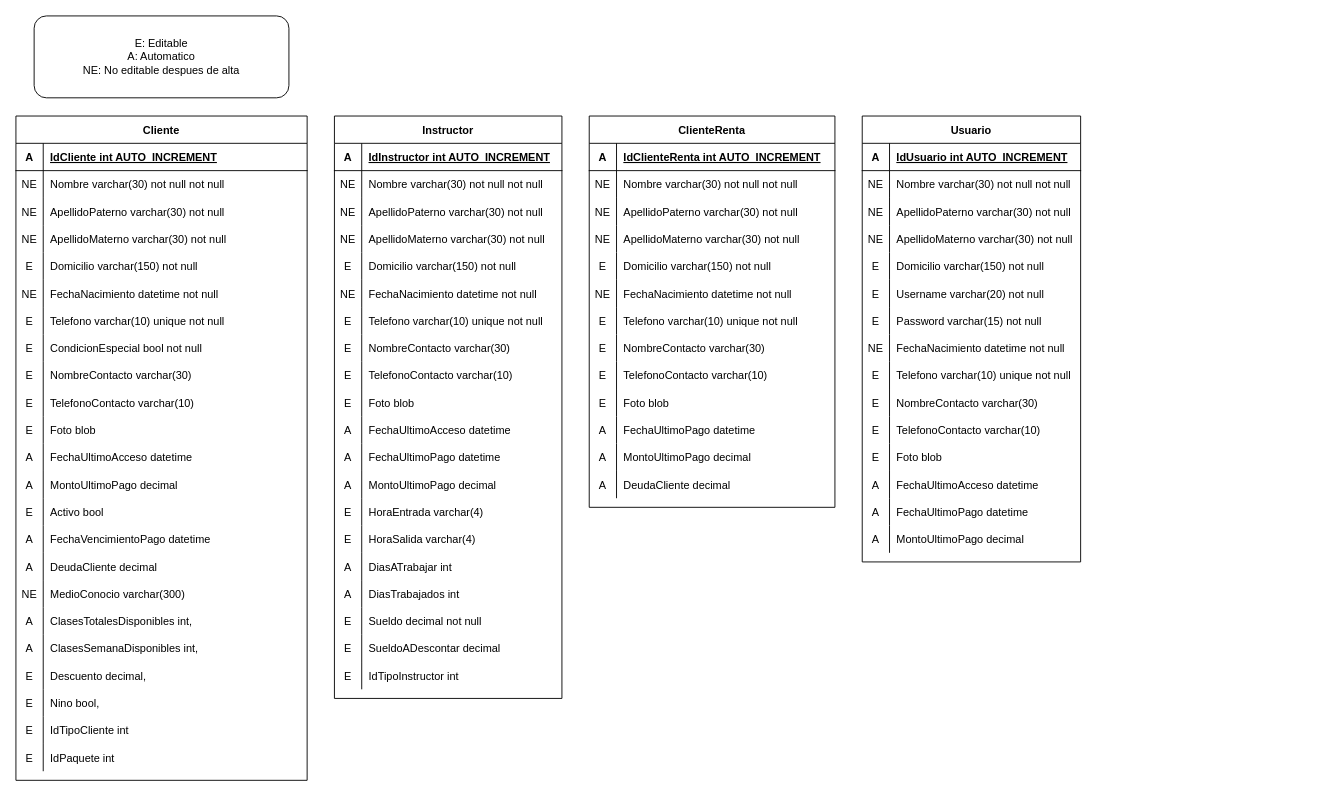
Earlier version of the draw.io diagram page "In-Out" (3 of 3) of GymCastillo/Docs/Diagrams/Database.drawio (Fwxzxh/GymCastillo). Source tidied: cells renumbered, new cells numbered last; positions are measured from the earlier drawing's top-left corner, leaving out a move shared by most shapes. Both pictures are drawn from the tidied source at 91%, with x=0, y=0 at pixel (15, 15).
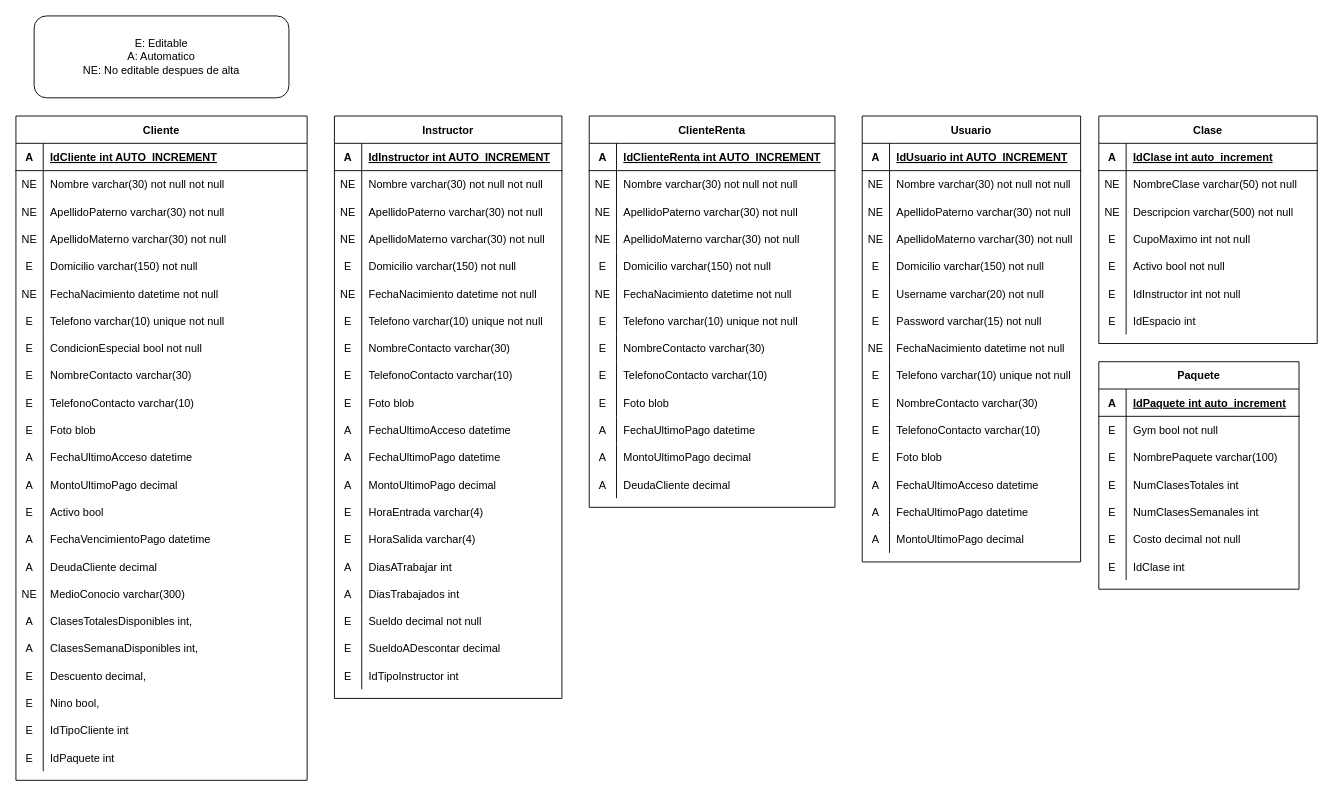
After the change.

Diff of the diagram source:
```diff
@@
+    <mxCell id="220" value="Clase" style="shape=table;startSize=30;childLayout=tableLayout;rowLines=0;fontStyle=1;align=center;" parent="1" vertex="1">
+      <mxGeometry x="1190" y="110" width="240" height="250" as="geometry" />
+    </mxCell>
+    <mxCell id="221" style="shape=partialRectangle;fillColor=none;top=0;left=0;right=0;bottom=1;" parent="220" vertex="1">
+      <mxGeometry y="30" width="240" height="30" as="geometry" />
+    </mxCell>
+    <mxCell id="222" value="A" style="shape=partialRectangle;overflow=hidden;fillColor=none;top=0;left=0;bottom=0;right=0;fontStyle=1;" parent="221" vertex="1">
+      <mxGeometry width="30" height="30" as="geometry" />
+    </mxCell>
+    <mxCell id="223" value="IdClase int auto_increment " style="shape=partialRectangle;overflow=hidden;fillColor=none;top=0;left=0;bottom=0;right=0;align=left;spacingLeft=6;fontStyle=5;" parent="221" vertex="1">
+      <mxGeometry x="30" width="210" height="30" as="geometry" />
+    </mxCell>
+    <mxCell id="224" style="shape=partialRectangle;fillColor=none;top=0;left=0;right=0;bottom=0;" parent="220" vertex="1">
+      <mxGeometry y="60" width="240" height="30" as="geometry" />
+    </mxCell>
+    <mxCell id="225" value="NE" style="shape=partialRectangle;overflow=hidden;fillColor=none;top=0;left=0;bottom=0;right=0;" parent="224" vertex="1">
+      <mxGeometry width="30" height="30" as="geometry" />
+    </mxCell>
+    <mxCell id="226" value="NombreClase varchar(50) not null" style="shape=partialRectangle;overflow=hidden;fillColor=none;top=0;left=0;bottom=0;right=0;align=left;spacingLeft=6;" parent="224" vertex="1">
+      <mxGeometry x="30" width="210" height="30" as="geometry" />
+    </mxCell>
+    <mxCell id="227" style="shape=partialRectangle;fillColor=none;top=0;left=0;right=0;bottom=0;" parent="220" vertex="1">
+      <mxGeometry y="90" width="240" height="30" as="geometry" />
+    </mxCell>
+    <mxCell id="228" value="NE" style="shape=partialRectangle;overflow=hidden;fillColor=none;top=0;left=0;bottom=0;right=0;" parent="227" vertex="1">
+      <mxGeometry width="30" height="30" as="geometry" />
+    </mxCell>
+    <mxCell id="229" value="Descripcion varchar(500) not null" style="shape=partialRectangle;overflow=hidden;fillColor=none;top=0;left=0;bottom=0;right=0;align=left;spacingLeft=6;" parent="227" vertex="1">
+      <mxGeometry x="30" width="210" height="30" as="geometry" />
+    </mxCell>
+    <mxCell id="230" style="shape=partialRectangle;fillColor=none;top=0;left=0;right=0;bottom=0;" parent="220" vertex="1">
+      <mxGeometry y="120" width="240" height="30" as="geometry" />
+    </mxCell>
+    <mxCell id="231" value="E" style="shape=partialRectangle;overflow=hidden;fillColor=none;top=0;left=0;bottom=0;right=0;" parent="230" vertex="1">
+      <mxGeometry width="30" height="30" as="geometry" />
+    </mxCell>
+    <mxCell id="232" value="CupoMaximo int not null" style="shape=partialRectangle;overflow=hidden;fillColor=none;top=0;left=0;bottom=0;right=0;align=left;spacingLeft=6;" parent="230" vertex="1">
+      <mxGeometry x="30" width="210" height="30" as="geometry" />
+    </mxCell>
+    <mxCell id="233" style="shape=partialRectangle;fillColor=none;top=0;left=0;right=0;bottom=0;" parent="220" vertex="1">
+      <mxGeometry y="150" width="240" height="30" as="geometry" />
+    </mxCell>
+    <mxCell id="234" value="E" style="shape=partialRectangle;overflow=hidden;fillColor=none;top=0;left=0;bottom=0;right=0;" parent="233" vertex="1">
+      <mxGeometry width="30" height="30" as="geometry" />
+    </mxCell>
+    <mxCell id="235" value="Activo bool not null" style="shape=partialRectangle;overflow=hidden;fillColor=none;top=0;left=0;bottom=0;right=0;align=left;spacingLeft=6;" parent="233" vertex="1">
+      <mxGeometry x="30" width="210" height="30" as="geometry" />
+    </mxCell>
+    <mxCell id="236" style="shape=partialRectangle;fillColor=none;top=0;left=0;right=0;bottom=0;" parent="220" vertex="1">
+      <mxGeometry y="180" width="240" height="30" as="geometry" />
+    </mxCell>
+    <mxCell id="237" value="E" style="shape=partialRectangle;overflow=hidden;fillColor=none;top=0;left=0;bottom=0;right=0;" parent="236" vertex="1">
+      <mxGeometry width="30" height="30" as="geometry" />
+    </mxCell>
+    <mxCell id="238" value="IdInstructor int not null" style="shape=partialRectangle;overflow=hidden;fillColor=none;top=0;left=0;bottom=0;right=0;align=left;spacingLeft=6;" parent="236" vertex="1">
+      <mxGeometry x="30" width="210" height="30" as="geometry" />
+    </mxCell>
+    <mxCell id="239" style="shape=partialRectangle;fillColor=none;top=0;left=0;right=0;bottom=0;" parent="220" vertex="1">
+      <mxGeometry y="210" width="240" height="30" as="geometry" />
+    </mxCell>
+    <mxCell id="240" value="E" style="shape=partialRectangle;overflow=hidden;fillColor=none;top=0;left=0;bottom=0;right=0;" parent="239" vertex="1">
+      <mxGeometry width="30" height="30" as="geometry" />
+    </mxCell>
+    <mxCell id="241" value="IdEspacio int" style="shape=partialRectangle;overflow=hidden;fillColor=none;top=0;left=0;bottom=0;right=0;align=left;spacingLeft=6;" parent="239" vertex="1">
+      <mxGeometry x="30" width="210" height="30" as="geometry" />
+    </mxCell>
+    <mxCell id="242" value="Paquete" style="shape=table;startSize=30;childLayout=tableLayout;rowLines=0;fontStyle=1;align=center;" parent="1" vertex="1">
+      <mxGeometry x="1190" y="380" width="220" height="250" as="geometry" />
+    </mxCell>
+    <mxCell id="243" style="shape=partialRectangle;fillColor=none;top=0;left=0;right=0;bottom=1;" parent="242" vertex="1">
+      <mxGeometry y="30" width="220" height="30" as="geometry" />
+    </mxCell>
+    <mxCell id="244" value="A" style="shape=partialRectangle;overflow=hidden;fillColor=none;top=0;left=0;bottom=0;right=0;fontStyle=1;" parent="243" vertex="1">
+      <mxGeometry width="30" height="30" as="geometry" />
+    </mxCell>
+    <mxCell id="245" value="IdPaquete int auto_increment " style="shape=partialRectangle;overflow=hidden;fillColor=none;top=0;left=0;bottom=0;right=0;align=left;spacingLeft=6;fontStyle=5;" parent="243" vertex="1">
+      <mxGeometry x="30" width="190" height="30" as="geometry" />
+    </mxCell>
+    <mxCell id="246" style="shape=partialRectangle;fillColor=none;top=0;left=0;right=0;bottom=0;" parent="242" vertex="1">
+      <mxGeometry y="60" width="220" height="30" as="geometry" />
+    </mxCell>
+    <mxCell id="247" value="E" style="shape=partialRectangle;overflow=hidden;fillColor=none;top=0;left=0;bottom=0;right=0;" parent="246" vertex="1">
+      <mxGeometry width="30" height="30" as="geometry" />
+    </mxCell>
+    <mxCell id="248" value="Gym bool not null" style="shape=partialRectangle;overflow=hidden;fillColor=none;top=0;left=0;bottom=0;right=0;align=left;spacingLeft=6;" parent="246" vertex="1">
+      <mxGeometry x="30" width="190" height="30" as="geometry" />
+    </mxCell>
+    <mxCell id="249" style="shape=partialRectangle;fillColor=none;top=0;left=0;right=0;bottom=0;" parent="242" vertex="1">
+      <mxGeometry y="90" width="220" height="30" as="geometry" />
+    </mxCell>
+    <mxCell id="250" value="E" style="shape=partialRectangle;overflow=hidden;fillColor=none;top=0;left=0;bottom=0;right=0;" parent="249" vertex="1">
+      <mxGeometry width="30" height="30" as="geometry" />
+    </mxCell>
+    <mxCell id="251" value="NombrePaquete varchar(100)" style="shape=partialRectangle;overflow=hidden;fillColor=none;top=0;left=0;bottom=0;right=0;align=left;spacingLeft=6;" parent="249" vertex="1">
+      <mxGeometry x="30" width="190" height="30" as="geometry" />
+    </mxCell>
+    <mxCell id="252" style="shape=partialRectangle;fillColor=none;top=0;left=0;right=0;bottom=0;" parent="242" vertex="1">
+      <mxGeometry y="120" width="220" height="30" as="geometry" />
+    </mxCell>
+    <mxCell id="253" value="E" style="shape=partialRectangle;overflow=hidden;fillColor=none;top=0;left=0;bottom=0;right=0;" parent="252" vertex="1">
+      <mxGeometry width="30" height="30" as="geometry" />
+    </mxCell>
+    <mxCell id="254" value="NumClasesTotales int" style="shape=partialRectangle;overflow=hidden;fillColor=none;top=0;left=0;bottom=0;right=0;align=left;spacingLeft=6;" parent="252" vertex="1">
+      <mxGeometry x="30" width="190" height="30" as="geometry" />
+    </mxCell>
+    <mxCell id="255" style="shape=partialRectangle;fillColor=none;top=0;left=0;right=0;bottom=0;" parent="242" vertex="1">
+      <mxGeometry y="150" width="220" height="30" as="geometry" />
+    </mxCell>
+    <mxCell id="256" value="E" style="shape=partialRectangle;overflow=hidden;fillColor=none;top=0;left=0;bottom=0;right=0;" parent="255" vertex="1">
+      <mxGeometry width="30" height="30" as="geometry" />
+    </mxCell>
+    <mxCell id="257" value="NumClasesSemanales int" style="shape=partialRectangle;overflow=hidden;fillColor=none;top=0;left=0;bottom=0;right=0;align=left;spacingLeft=6;" parent="255" vertex="1">
+      <mxGeometry x="30" width="190" height="30" as="geometry" />
+    </mxCell>
+    <mxCell id="258" style="shape=partialRectangle;fillColor=none;top=0;left=0;right=0;bottom=0;" parent="242" vertex="1">
+      <mxGeometry y="180" width="220" height="30" as="geometry" />
+    </mxCell>
+    <mxCell id="259" value="E" style="shape=partialRectangle;overflow=hidden;fillColor=none;top=0;left=0;bottom=0;right=0;" parent="258" vertex="1">
+      <mxGeometry width="30" height="30" as="geometry" />
+    </mxCell>
+    <mxCell id="260" value="Costo decimal not null" style="shape=partialRectangle;overflow=hidden;fillColor=none;top=0;left=0;bottom=0;right=0;align=left;spacingLeft=6;" parent="258" vertex="1">
+      <mxGeometry x="30" width="190" height="30" as="geometry" />
+    </mxCell>
+    <mxCell id="261" style="shape=partialRectangle;fillColor=none;top=0;left=0;right=0;bottom=0;" parent="242" vertex="1">
+      <mxGeometry y="210" width="220" height="30" as="geometry" />
+    </mxCell>
+    <mxCell id="262" value="E" style="shape=partialRectangle;overflow=hidden;fillColor=none;top=0;left=0;bottom=0;right=0;" parent="261" vertex="1">
+      <mxGeometry width="30" height="30" as="geometry" />
+    </mxCell>
+    <mxCell id="263" value="IdClase int" style="shape=partialRectangle;overflow=hidden;fillColor=none;top=0;left=0;bottom=0;right=0;align=left;spacingLeft=6;" parent="261" vertex="1">
+      <mxGeometry x="30" width="190" height="30" as="geometry" />
+    </mxCell>
```
